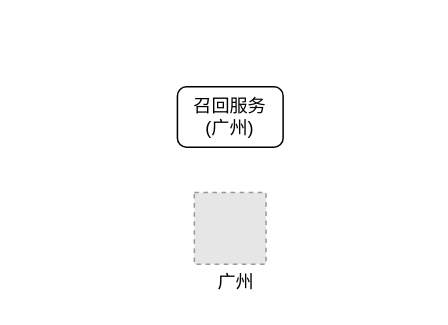
This is recomm_new.drawio from checkking/diagrams, a draw.io file, before an edit. Source tidied: cells renumbered, new cells numbered last; positions are measured from the earlier drawing's top-left corner, leaving out a move shared by most shapes. Both pictures are drawn from the tidied source at 151%, with x=0, y=0 at pixel (177, 86). Pictures stored in the file or linked from it are replaced by grey dashed boxes.
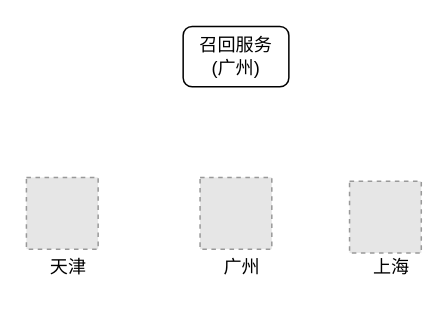
After the change.

Change to the diagram source:
```diff
@@
 <mxGraphModel>
   <root>
     <mxCell id="0" />
     <mxCell id="1" parent="0" />
     <mxCell id="2" style="fillColor=#E6E6E6;strokeColor=#999999;dashed=1;verticalLabelPosition=bottom;labelBackgroundColor=#ffffff;verticalAlign=top;" parent="1" vertex="1">
-      <mxGeometry x="11.2" y="70" width="47.5" height="47.5" as="geometry" />
+      <mxGeometry x="15" y="60" width="47.5" height="47.5" as="geometry" />
     </mxCell>
     <mxCell id="3" value="召回服务&lt;br&gt;(广州)" style="rounded=1;whiteSpace=wrap;html=1;" parent="1" vertex="1">
-      <mxGeometry width="70" height="40" as="geometry" />
+      <mxGeometry x="3.8" y="-40" width="70" height="40" as="geometry" />
     </mxCell>
     <mxCell id="4" value="广州" style="text;html=1;strokeColor=none;fillColor=none;align=center;verticalAlign=middle;whiteSpace=wrap;rounded=0;" parent="1" vertex="1">
-      <mxGeometry x="18.8" y="120" width="40" height="20" as="geometry" />
+      <mxGeometry x="22.5" y="110" width="40" height="20" as="geometry" />
     </mxCell>
+    <mxCell id="5" style="fillColor=#E6E6E6;strokeColor=#999999;dashed=1;verticalLabelPosition=bottom;labelBackgroundColor=#ffffff;verticalAlign=top;" parent="1" vertex="1">
+      <mxGeometry x="114" y="62.5" width="47.5" height="47.5" as="geometry" />
+    </mxCell>
+    <mxCell id="6" value="上海" style="text;html=1;strokeColor=none;fillColor=none;align=center;verticalAlign=middle;whiteSpace=wrap;rounded=0;" parent="1" vertex="1">
+      <mxGeometry x="121.5" y="110" width="40" height="20" as="geometry" />
+    </mxCell>
+    <mxCell id="7" style="fillColor=#E6E6E6;strokeColor=#999999;dashed=1;verticalLabelPosition=bottom;labelBackgroundColor=#ffffff;verticalAlign=top;" parent="1" vertex="1">
+      <mxGeometry x="-100" y="60" width="47.5" height="47.5" as="geometry" />
+    </mxCell>
+    <mxCell id="8" value="天津" style="text;html=1;strokeColor=none;fillColor=none;align=center;verticalAlign=middle;whiteSpace=wrap;rounded=0;" parent="1" vertex="1">
+      <mxGeometry x="-92.5" y="110" width="40" height="20" as="geometry" />
+    </mxCell>
   </root>
 </mxGraphModel>
```
